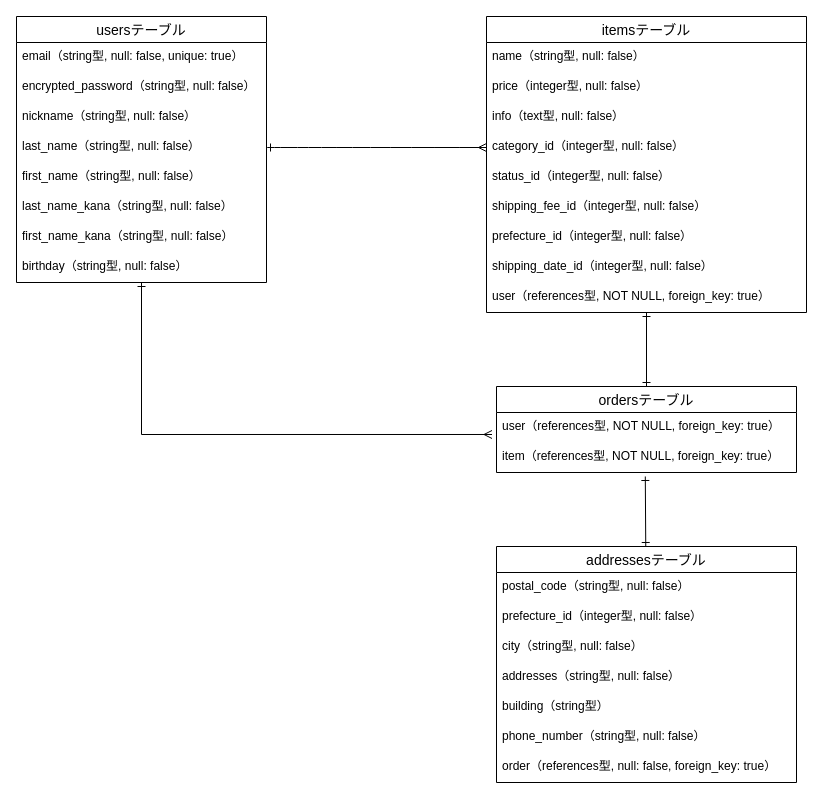
This is er.dio from knmr-k/furima-39577, a draw.io file, before an edit. Source tidied: cells renumbered, new cells numbered last; positions are measured from the earlier drawing's top-left corner, leaving out a move shared by most shapes. Both pictures are drawn from the tidied source at 100%, with x=0, y=0 at pixel (16, 16).
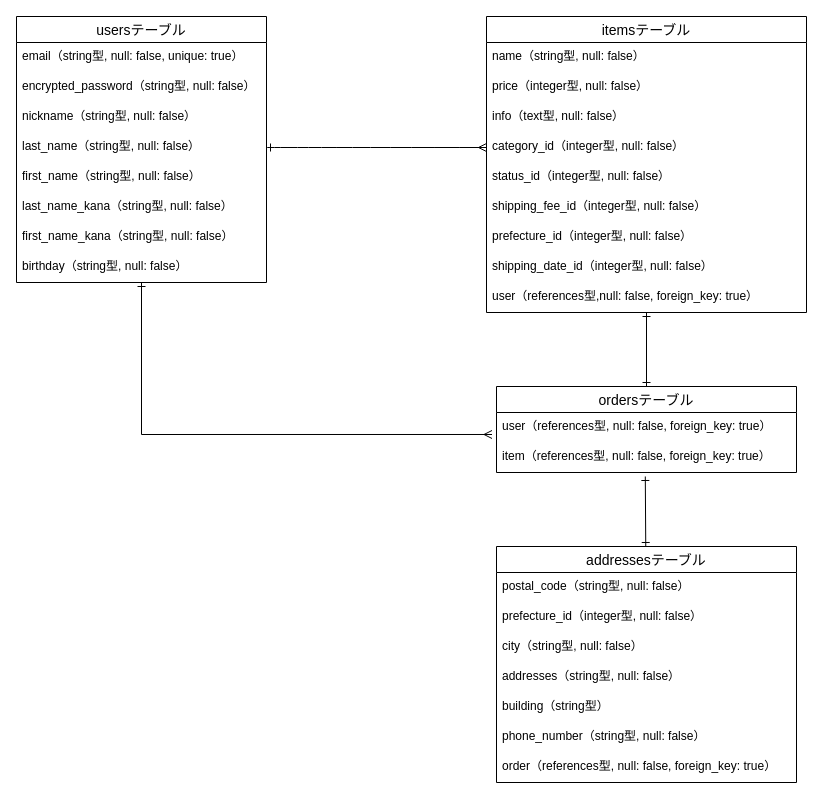
The same diagram, later.

Unchanged cells that the change refers to:
```xml
<mxCell id="11" value="itemsテーブル" style="swimlane;fontStyle=0;horizontal=1;startSize=26;align=center;fontSize=14;" parent="1" vertex="1">
  <mxGeometry x="470" width="320" height="296" as="geometry" />
</mxCell>
<mxCell id="22" value="ordersテーブル" style="swimlane;fontStyle=0;horizontal=1;startSize=26;align=center;fontSize=14;" parent="1" vertex="1">
  <mxGeometry x="480" y="370" width="300" height="86" as="geometry" />
</mxCell>
```

Change to the diagram source:
```diff
@@
-    <mxCell id="20" value="user（references型, NOT NULL, foreign_key: true）" style="text;strokeColor=none;fillColor=none;spacingLeft=4;spacingRight=4;overflow=hidden;points=[[0,0.5],[1,0.5]];portConstraint=eastwest;fontSize=12;" parent="11" vertex="1">
+    <mxCell id="20" value="user（references型,null: false, foreign_key: true）" style="text;strokeColor=none;fillColor=none;spacingLeft=4;spacingRight=4;overflow=hidden;points=[[0,0.5],[1,0.5]];portConstraint=eastwest;fontSize=12;" parent="11" vertex="1">
       <mxGeometry y="266" width="320" height="30" as="geometry" />
     </mxCell>
@@
-    <mxCell id="23" value="user（references型, NOT NULL, foreign_key: true）" style="text;strokeColor=none;fillColor=none;spacingLeft=4;spacingRight=4;overflow=hidden;points=[[0,0.5],[1,0.5]];portConstraint=eastwest;fontSize=12;" parent="22" vertex="1">
+    <mxCell id="23" value="user（references型, null: false, foreign_key: true）" style="text;strokeColor=none;fillColor=none;spacingLeft=4;spacingRight=4;overflow=hidden;points=[[0,0.5],[1,0.5]];portConstraint=eastwest;fontSize=12;" parent="22" vertex="1">
       <mxGeometry y="26" width="300" height="30" as="geometry" />
     </mxCell>
-    <mxCell id="24" value="item（references型, NOT NULL, foreign_key: true）" style="text;strokeColor=none;fillColor=none;spacingLeft=4;spacingRight=4;overflow=hidden;points=[[0,0.5],[1,0.5]];portConstraint=eastwest;fontSize=12;" parent="22" vertex="1">
+    <mxCell id="24" value="item（references型, null: false, foreign_key: true）" style="text;strokeColor=none;fillColor=none;spacingLeft=4;spacingRight=4;overflow=hidden;points=[[0,0.5],[1,0.5]];portConstraint=eastwest;fontSize=12;" parent="22" vertex="1">
       <mxGeometry y="56" width="300" height="30" as="geometry" />
     </mxCell>
```
